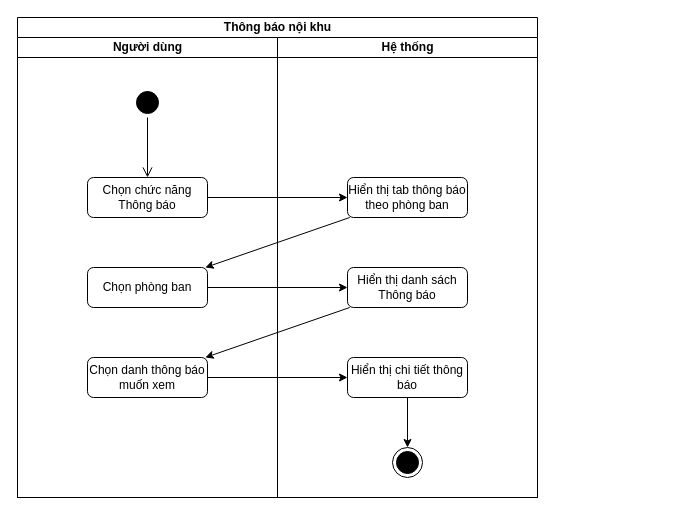
The draw.io diagram page "Xem thông báo nội khu" (1 of 2) of activity diagram/Thông báo nội khu.drawio in kienndhn/draw-io, before the edit. Source tidied: cells renumbered, new cells numbered last; positions are measured from the earlier drawing's top-left corner, leaving out a move shared by most shapes. Both pictures are drawn from the tidied source at 100%, with x=0, y=0 at pixel (17, 17).
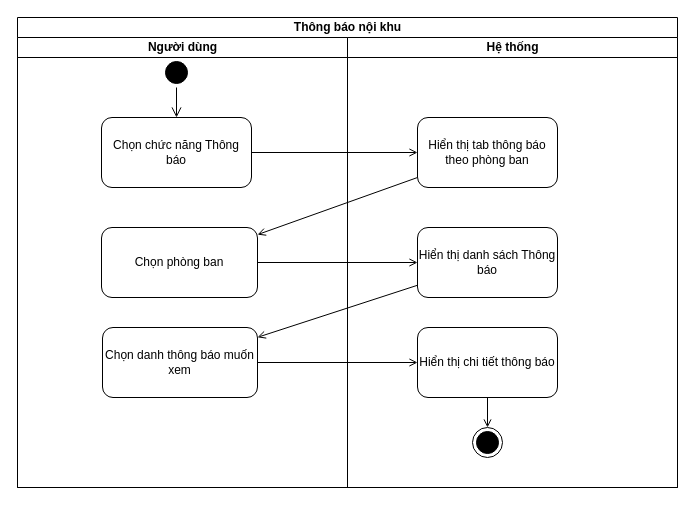
The same diagram, later.

Change to the diagram source:
```diff
@@
 <mxGraphModel>
   <root>
     <mxCell id="0" />
     <mxCell id="1" parent="0" />
     <mxCell id="2" value="Thông báo nội khu" style="swimlane;startSize=20;html=1;" parent="1" vertex="1">
-      <mxGeometry width="520" height="480" as="geometry" />
+      <mxGeometry width="660" height="470" as="geometry" />
     </mxCell>
     <mxCell id="3" value="Người dùng" style="swimlane;startSize=20;html=1;" parent="2" vertex="1">
-      <mxGeometry y="20" width="260" height="460" as="geometry" />
+      <mxGeometry y="20" width="330" height="450" as="geometry" />
     </mxCell>
     <mxCell id="4" style="ellipse;html=1;shape=startState;fillColor=#000000;strokeColor=#000000;" parent="3" vertex="1">
-      <mxGeometry x="115" y="50" width="30" height="30" as="geometry" />
+      <mxGeometry x="144" y="20" width="30" height="30" as="geometry" />
     </mxCell>
     <mxCell id="5" style="edgeStyle=orthogonalEdgeStyle;html=1;verticalAlign=bottom;endArrow=open;endSize=8;strokeColor=#000000;rounded=0;" parent="3" edge="1" source="4" target="6">
       <mxGeometry relative="1" as="geometry" />
     </mxCell>
     <mxCell id="6" value="Chọn chức năng Thông báo" style="rounded=1;whiteSpace=wrap;html=1;strokeColor=#000000;" parent="3" vertex="1">
-      <mxGeometry x="70" y="140" width="120" height="40" as="geometry" />
+      <mxGeometry x="84" y="80" width="150" height="70" as="geometry" />
     </mxCell>
     <mxCell id="7" value="Chọn phòng ban" style="rounded=1;whiteSpace=wrap;html=1;strokeColor=#000000;" parent="3" vertex="1">
-      <mxGeometry x="70" y="230" width="120" height="40" as="geometry" />
+      <mxGeometry x="84" y="190" width="156" height="70" as="geometry" />
     </mxCell>
     <mxCell id="8" value="Chọn danh thông báo muốn xem" style="rounded=1;whiteSpace=wrap;html=1;strokeColor=#000000;" parent="3" vertex="1">
-      <mxGeometry x="70" y="320" width="120" height="40" as="geometry" />
+      <mxGeometry x="85" y="290" width="155" height="70" as="geometry" />
     </mxCell>
+    <mxCell id="15" style="edgeStyle=orthogonalEdgeStyle;rounded=0;jettySize=auto;html=1;strokeColor=#000000;endArrow=open;endFill=0;" parent="2" edge="1" source="6" target="10">
+      <mxGeometry relative="1" as="geometry" />
+    </mxCell>
+    <mxCell id="16" style="rounded=0;jettySize=auto;html=1;strokeColor=#000000;endArrow=open;endFill=0;" parent="2" edge="1" source="10" target="7">
+      <mxGeometry relative="1" as="geometry" />
+    </mxCell>
+    <mxCell id="17" style="edgeStyle=none;rounded=0;jettySize=auto;html=1;strokeColor=#000000;endArrow=open;endFill=0;" parent="2" edge="1" source="7" target="11">
+      <mxGeometry relative="1" as="geometry" />
+    </mxCell>
+    <mxCell id="18" style="edgeStyle=none;rounded=0;jettySize=auto;html=1;strokeColor=#000000;endArrow=open;endFill=0;" parent="2" edge="1" source="11" target="8">
+      <mxGeometry relative="1" as="geometry" />
+    </mxCell>
+    <mxCell id="19" style="edgeStyle=none;rounded=0;jettySize=auto;html=1;strokeColor=#000000;endArrow=open;endFill=0;" parent="2" edge="1" source="8" target="13">
+      <mxGeometry relative="1" as="geometry" />
+    </mxCell>
     <mxCell id="9" value="Hệ thống" style="swimlane;startSize=20;html=1;" parent="2" vertex="1">
-      <mxGeometry x="260" y="20" width="260" height="460" as="geometry" />
+      <mxGeometry x="330" y="20" width="330" height="450" as="geometry" />
     </mxCell>
     <mxCell id="10" value="Hiển thị tab thông báo theo phòng ban" style="rounded=1;whiteSpace=wrap;html=1;strokeColor=#000000;" parent="9" vertex="1">
-      <mxGeometry x="70" y="140" width="120" height="40" as="geometry" />
+      <mxGeometry x="70" y="80" width="140" height="70" as="geometry" />
     </mxCell>
     <mxCell id="11" value="Hiển thị danh sách Thông báo" style="rounded=1;whiteSpace=wrap;html=1;strokeColor=#000000;" parent="9" vertex="1">
-      <mxGeometry x="70" y="230" width="120" height="40" as="geometry" />
+      <mxGeometry x="70" y="190" width="140" height="70" as="geometry" />
     </mxCell>
-    <mxCell id="12" style="edgeStyle=none;rounded=0;jettySize=auto;html=1;strokeColor=#000000;" parent="9" edge="1" source="13" target="14">
+    <mxCell id="12" style="edgeStyle=none;rounded=0;jettySize=auto;html=1;strokeColor=#000000;entryX=0.5;entryY=0;entryDx=0;entryDy=0;endArrow=open;endFill=0;" parent="9" edge="1" source="13" target="14">
       <mxGeometry relative="1" as="geometry" />
     </mxCell>
     <mxCell id="13" value="Hiển thị chi tiết thông báo" style="rounded=1;whiteSpace=wrap;html=1;strokeColor=#000000;" parent="9" vertex="1">
-      <mxGeometry x="70" y="320" width="120" height="40" as="geometry" />
+      <mxGeometry x="70" y="290" width="140" height="70" as="geometry" />
     </mxCell>
     <mxCell id="14" style="ellipse;html=1;shape=endState;fillColor=#000000;strokeColor=#000000;" parent="9" vertex="1">
-      <mxGeometry x="115" y="410" width="30" height="30" as="geometry" />
+      <mxGeometry x="125" y="390" width="30" height="30" as="geometry" />
     </mxCell>
-    <mxCell id="15" style="edgeStyle=orthogonalEdgeStyle;rounded=0;jettySize=auto;html=1;strokeColor=#000000;" parent="2" edge="1" source="6" target="10">
-      <mxGeometry relative="1" as="geometry" />
-    </mxCell>
-    <mxCell id="16" style="rounded=0;jettySize=auto;html=1;strokeColor=#000000;" parent="2" edge="1" source="10" target="7">
-      <mxGeometry relative="1" as="geometry" />
-    </mxCell>
-    <mxCell id="17" style="edgeStyle=none;rounded=0;jettySize=auto;html=1;strokeColor=#000000;" parent="2" edge="1" source="7" target="11">
-      <mxGeometry relative="1" as="geometry" />
-    </mxCell>
-    <mxCell id="18" style="edgeStyle=none;rounded=0;jettySize=auto;html=1;strokeColor=#000000;" parent="2" edge="1" source="11" target="8">
-      <mxGeometry relative="1" as="geometry" />
-    </mxCell>
-    <mxCell id="19" style="edgeStyle=none;rounded=0;jettySize=auto;html=1;strokeColor=#000000;" parent="2" edge="1" source="8" target="13">
-      <mxGeometry relative="1" as="geometry" />
-    </mxCell>
   </root>
 </mxGraphModel>
```
